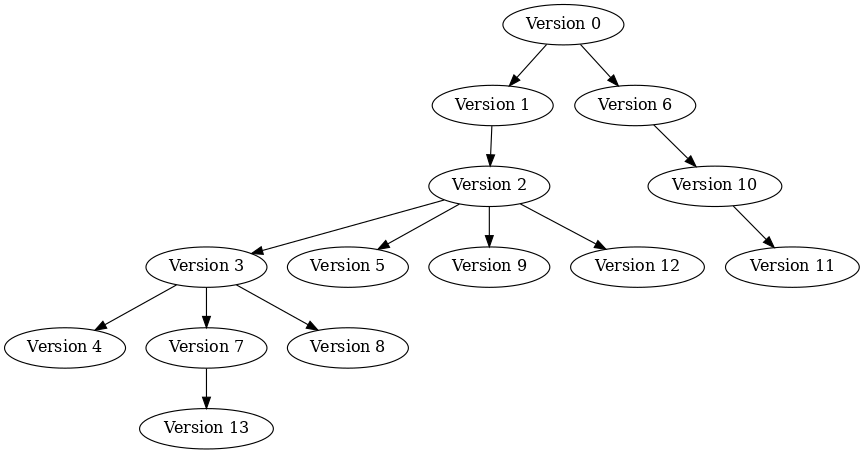
This is TehniciWeb/Project/scripts/diagram.png from theodormoroianu/FirstYearCourses, a Graphviz export, as it was before one commit. Its source is kept beside it as TehniciWeb/Project/scripts/diagram.gv.
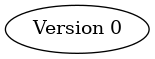
After the change.

Diff of the diagram source:
```diff
@@ -1,29 +1,3 @@
 digraph G {
     "Version 0";
-    "Version 1";
-    "Version 2";
-    "Version 3";
-    "Version 4";
-    "Version 5";
-    "Version 6";
-    "Version 7";
-    "Version 8";
-    "Version 9";
-    "Version 10";
-    "Version 11";
-    "Version 12";
-    "Version 13";
-    "Version 0" -> "Version 1";
-    "Version 1" -> "Version 2";
-    "Version 2" -> "Version 3";
-    "Version 3" -> "Version 4";
-    "Version 2" -> "Version 5";
-    "Version 0" -> "Version 6";
-    "Version 3" -> "Version 7";
-    "Version 3" -> "Version 8";
-    "Version 2" -> "Version 9";
-    "Version 6" -> "Version 10";
-    "Version 10" -> "Version 11";
-    "Version 2" -> "Version 12";
-    "Version 7" -> "Version 13";
 }
```
